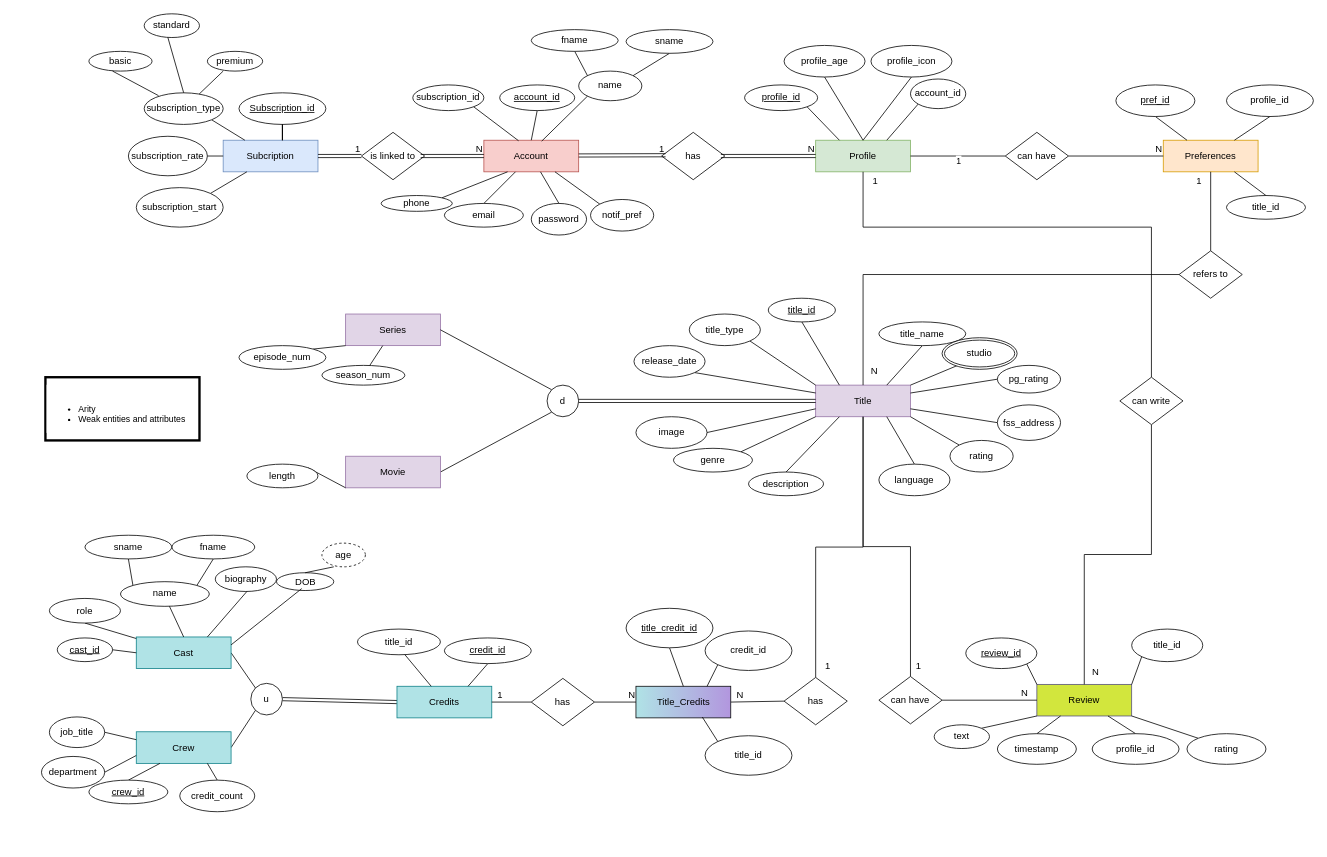
DJRamsay/COS221-Hoop keeps this draw.io diagram as (E)ER/EER.drawio. Above is the earlier version. Source tidied: cells renumbered, new cells numbered last; positions are measured from the earlier drawing's top-left corner, leaving out a move shared by most shapes. Both pictures are drawn from the tidied source at 79%, with x=0, y=0 at pixel (41, 13).
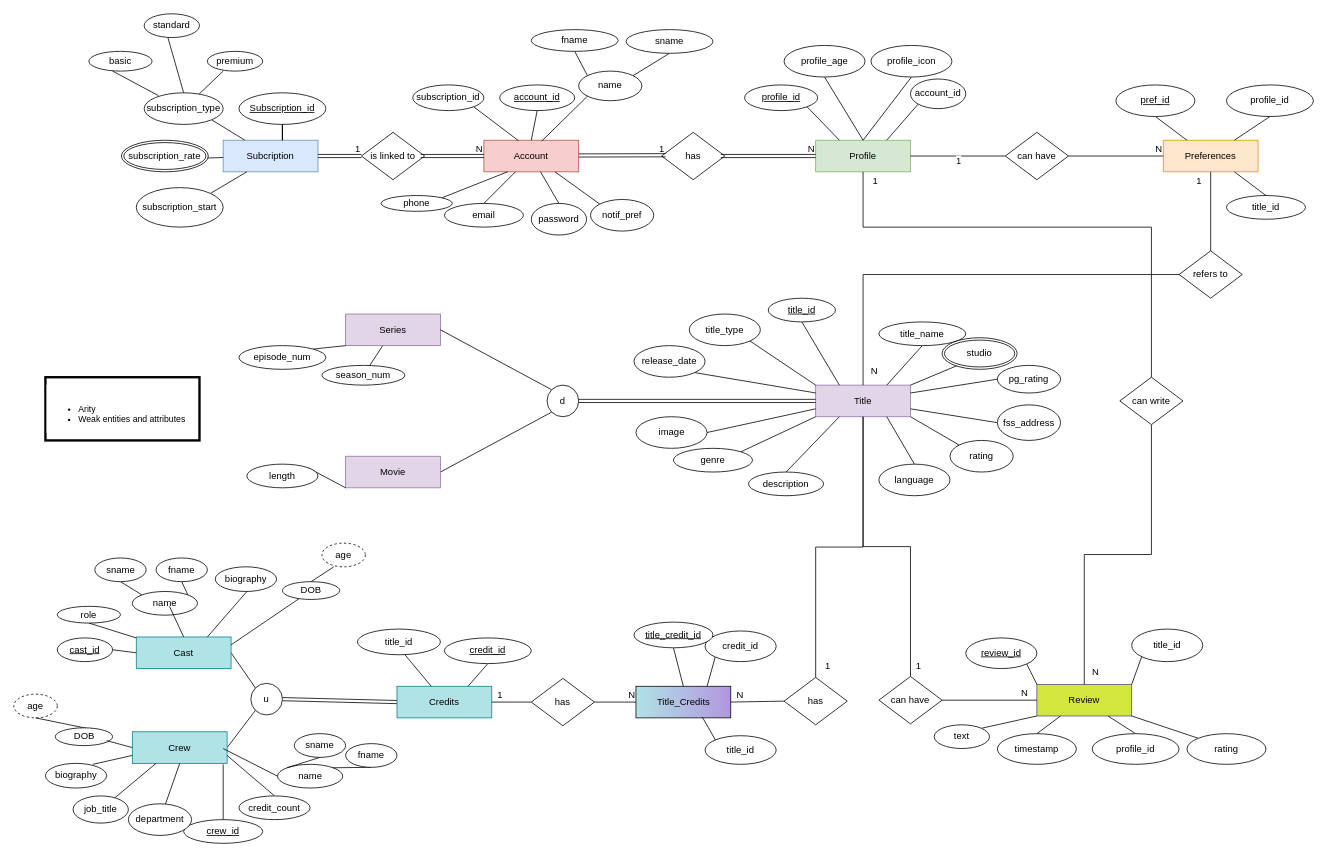
After the change.

Unchanged cells that the change refers to:
```xml
<mxCell id="2" value="Subcription" style="rounded=0;whiteSpace=wrap;html=1;fillColor=#dae8fc;strokeColor=#6c8ebf;" parent="1" vertex="1">
  <mxGeometry x="230" y="160" width="120" height="40" as="geometry" />
</mxCell>
<mxCell id="130" value="Cast" style="whiteSpace=wrap;html=1;fillColor=#b0e3e6;strokeColor=#0e8088;" parent="1" vertex="1">
  <mxGeometry x="120" y="788.8" width="120" height="40" as="geometry" />
</mxCell>
```

Diff of the diagram source:
```diff
@@
-    <mxCell id="108" style="edgeStyle=none;rounded=0;jettySize=auto;html=1;strokeColor=default;align=center;verticalAlign=middle;fontFamily=Helvetica;fontSize=11;fontColor=default;labelBackgroundColor=default;endArrow=none;endFill=0;" parent="1" edge="1" source="109" target="2">
-      <mxGeometry relative="1" as="geometry" />
+    <mxCell id="108" style="edgeStyle=none;rounded=0;jettySize=auto;html=1;strokeColor=default;align=center;verticalAlign=middle;fontFamily=Helvetica;fontSize=11;fontColor=default;labelBackgroundColor=default;endArrow=none;endFill=0;" parent="1" edge="1" target="2">
+      <mxGeometry relative="1" as="geometry">
+        <mxPoint x="210" y="182.5" as="sourcePoint" />
+      </mxGeometry>
     </mxCell>
-    <mxCell id="109" value="subscription_rate" style="ellipse;whiteSpace=wrap;html=1;" parent="1" vertex="1">
-      <mxGeometry x="110" y="155" width="100" height="50" as="geometry" />
-    </mxCell>
@@
     <mxCell id="132" value="Crew" style="whiteSpace=wrap;html=1;fillColor=#b0e3e6;strokeColor=#0e8088;" parent="1" vertex="1">
-      <mxGeometry x="120" y="908.8" width="120" height="40" as="geometry" />
+      <mxGeometry x="115" y="908.8" width="120" height="40" as="geometry" />
     </mxCell>
@@
     <mxCell id="134" value="role" style="ellipse;whiteSpace=wrap;html=1;" parent="1" vertex="1">
-      <mxGeometry x="10" y="740" width="90" height="31.2" as="geometry" />
+      <mxGeometry x="20" y="750" width="80" height="21.2" as="geometry" />
     </mxCell>
-    <mxCell id="135" style="edgeStyle=none;rounded=0;jettySize=auto;html=1;exitX=0.5;exitY=0;exitDx=0;exitDy=0;entryX=0.25;entryY=1;entryDx=0;entryDy=0;strokeColor=default;align=center;verticalAlign=middle;fontFamily=Helvetica;fontSize=11;fontColor=default;labelBackgroundColor=default;endArrow=none;endFill=0;" parent="1" edge="1" source="136" target="132">
-      <mxGeometry relative="1" as="geometry" />
+    <mxCell id="135" style="edgeStyle=none;rounded=0;jettySize=auto;html=1;exitX=0.5;exitY=0;exitDx=0;exitDy=0;strokeColor=default;align=center;verticalAlign=middle;fontFamily=Helvetica;fontSize=11;fontColor=default;labelBackgroundColor=default;endArrow=none;endFill=0;" parent="1" edge="1" source="136">
+      <mxGeometry relative="1" as="geometry">
+        <mxPoint x="230" y="950" as="targetPoint" />
+      </mxGeometry>
     </mxCell>
     <mxCell id="136" value="&lt;u&gt;crew_id&lt;/u&gt;" style="ellipse;whiteSpace=wrap;html=1;" parent="1" vertex="1">
-      <mxGeometry x="60" y="970" width="100" height="30" as="geometry" />
+      <mxGeometry x="180" y="1020" width="100" height="30" as="geometry" />
     </mxCell>
-    <mxCell id="137" style="edgeStyle=none;rounded=0;jettySize=auto;html=1;exitX=1;exitY=0.5;exitDx=0;exitDy=0;entryX=0;entryY=0.75;entryDx=0;entryDy=0;strokeColor=default;align=center;verticalAlign=middle;fontFamily=Helvetica;fontSize=11;fontColor=default;labelBackgroundColor=default;endArrow=none;endFill=0;" parent="1" edge="1" source="138" target="132">
+    <mxCell id="137" style="edgeStyle=none;rounded=0;jettySize=auto;html=1;entryX=0.5;entryY=1;entryDx=0;entryDy=0;strokeColor=default;align=center;verticalAlign=middle;fontFamily=Helvetica;fontSize=11;fontColor=default;labelBackgroundColor=default;endArrow=none;endFill=0;" parent="1" edge="1" source="138" target="132">
       <mxGeometry relative="1" as="geometry" />
     </mxCell>
     <mxCell id="138" value="department" style="ellipse;whiteSpace=wrap;html=1;" parent="1" vertex="1">
-      <mxGeometry y="940" width="80" height="40" as="geometry" />
+      <mxGeometry x="110" y="1000" width="80" height="40" as="geometry" />
     </mxCell>
-    <mxCell id="139" style="edgeStyle=none;rounded=0;jettySize=auto;html=1;exitX=1;exitY=0.5;exitDx=0;exitDy=0;entryX=0;entryY=0.25;entryDx=0;entryDy=0;strokeColor=default;align=center;verticalAlign=middle;fontFamily=Helvetica;fontSize=11;fontColor=default;labelBackgroundColor=default;endArrow=none;endFill=0;" parent="1" edge="1" source="140" target="132">
+    <mxCell id="139" style="edgeStyle=none;rounded=0;jettySize=auto;html=1;entryX=0.25;entryY=1;entryDx=0;entryDy=0;strokeColor=default;align=center;verticalAlign=middle;fontFamily=Helvetica;fontSize=11;fontColor=default;labelBackgroundColor=default;endArrow=none;endFill=0;" parent="1" edge="1" source="140" target="132">
       <mxGeometry relative="1" as="geometry" />
     </mxCell>
     <mxCell id="140" value="job_title" style="ellipse;whiteSpace=wrap;html=1;" parent="1" vertex="1">
-      <mxGeometry x="10" y="890" width="70" height="38.8" as="geometry" />
+      <mxGeometry x="40" y="990" width="70" height="34.4" as="geometry" />
     </mxCell>
-    <mxCell id="141" style="edgeStyle=none;rounded=0;jettySize=auto;html=1;exitX=0.5;exitY=0;exitDx=0;exitDy=0;entryX=0.75;entryY=1;entryDx=0;entryDy=0;strokeColor=default;align=center;verticalAlign=middle;fontFamily=Helvetica;fontSize=11;fontColor=default;labelBackgroundColor=default;endArrow=none;endFill=0;" parent="1" edge="1" source="142" target="132">
+    <mxCell id="141" style="edgeStyle=none;rounded=0;jettySize=auto;html=1;exitX=0.5;exitY=0;exitDx=0;exitDy=0;strokeColor=default;align=center;verticalAlign=middle;fontFamily=Helvetica;fontSize=11;fontColor=default;labelBackgroundColor=default;endArrow=none;endFill=0;entryX=1;entryY=0.75;entryDx=0;entryDy=0;" parent="1" edge="1" source="142" target="132">
       <mxGeometry relative="1" as="geometry" />
     </mxCell>
     <mxCell id="142" value="credit_count" style="ellipse;whiteSpace=wrap;html=1;" parent="1" vertex="1">
-      <mxGeometry x="175" y="970" width="95" height="40" as="geometry" />
+      <mxGeometry x="250" y="990" width="90" height="30" as="geometry" />
     </mxCell>
@@
     <mxCell id="148" value="credit_id" style="ellipse;whiteSpace=wrap;html=1;" parent="1" vertex="1">
-      <mxGeometry x="840" y="781.2" width="110" height="50" as="geometry" />
+      <mxGeometry x="840" y="781.2" width="90" height="38.8" as="geometry" />
     </mxCell>
@@
     <mxCell id="150" value="&lt;u&gt;title_credit_id&lt;/u&gt;" style="ellipse;whiteSpace=wrap;html=1;" parent="1" vertex="1">
-      <mxGeometry x="740" y="752.5" width="110" height="50" as="geometry" />
+      <mxGeometry x="750" y="770" width="100" height="32.5" as="geometry" />
     </mxCell>
     <mxCell id="151" value="title_id" style="ellipse;whiteSpace=wrap;html=1;" parent="1" vertex="1">
-      <mxGeometry x="840" y="913.8" width="110" height="50" as="geometry" />
+      <mxGeometry x="840" y="913.8" width="90" height="36.2" as="geometry" />
     </mxCell>
@@
     <mxCell id="173" value="name" style="ellipse;whiteSpace=wrap;html=1;" parent="1" vertex="1">
-      <mxGeometry x="100" y="718.8" width="112.5" height="31.2" as="geometry" />
+      <mxGeometry x="115" y="731.2" width="82.5" height="30" as="geometry" />
     </mxCell>
@@
     <mxCell id="175" value="fname" style="ellipse;whiteSpace=wrap;html=1;" parent="1" vertex="1">
-      <mxGeometry x="165" y="660" width="105" height="30" as="geometry" />
+      <mxGeometry x="145" y="688.8" width="65" height="30" as="geometry" />
     </mxCell>
@@
     <mxCell id="177" value="sname" style="ellipse;whiteSpace=wrap;html=1;" parent="1" vertex="1">
-      <mxGeometry x="55" y="660" width="110" height="30" as="geometry" />
+      <mxGeometry x="67.5" y="688.8" width="65" height="30" as="geometry" />
     </mxCell>
@@
-    <mxCell id="179" value="DOB" style="ellipse;whiteSpace=wrap;html=1;" parent="1" vertex="1">
-      <mxGeometry x="297.5" y="707.5" width="72.5" height="22.5" as="geometry" />
-    </mxCell>
@@
-    <mxCell id="183" style="edgeStyle=none;rounded=0;jettySize=auto;html=1;exitX=1;exitY=0.25;exitDx=0;exitDy=0;strokeColor=default;align=center;verticalAlign=middle;fontFamily=Helvetica;fontSize=11;fontColor=default;labelBackgroundColor=default;endArrow=none;endFill=0;" parent="1" edge="1" source="130">
+    <mxCell id="183" style="edgeStyle=none;rounded=0;jettySize=auto;html=1;exitX=1;exitY=0.25;exitDx=0;exitDy=0;strokeColor=default;align=center;verticalAlign=middle;fontFamily=Helvetica;fontSize=11;fontColor=default;labelBackgroundColor=default;endArrow=none;endFill=0;" parent="1" edge="1" source="179">
       <mxGeometry relative="1" as="geometry">
         <mxPoint x="329.5" y="727.5" as="targetPoint" />
       </mxGeometry>
     </mxCell>
@@
+    <mxCell id="187" style="edgeStyle=none;rounded=0;jettySize=auto;html=1;exitX=1;exitY=0.25;exitDx=0;exitDy=0;strokeColor=default;align=center;verticalAlign=middle;fontFamily=Helvetica;fontSize=11;fontColor=default;labelBackgroundColor=default;endArrow=none;endFill=0;" parent="1" edge="1" source="130" target="179">
+      <mxGeometry relative="1" as="geometry" />
+    </mxCell>
+    <mxCell id="179" value="DOB" style="ellipse;whiteSpace=wrap;html=1;" parent="1" vertex="1">
+      <mxGeometry x="305" y="718.8" width="72.5" height="22.5" as="geometry" />
+    </mxCell>
+    <mxCell id="188" value="biography" style="ellipse;whiteSpace=wrap;html=1;" parent="1" vertex="1">
+      <mxGeometry x="5" y="948.8" width="77.5" height="31.2" as="geometry" />
+    </mxCell>
+    <mxCell id="189" style="endArrow=none;html=1;rounded=0;entryX=0;entryY=0.75;entryDx=0;entryDy=0;" parent="1" edge="1" target="132">
+      <mxGeometry relative="1" as="geometry">
+        <mxPoint x="65" y="950" as="sourcePoint" />
+      </mxGeometry>
+    </mxCell>
+    <mxCell id="190" value="name" style="ellipse;whiteSpace=wrap;html=1;" parent="1" vertex="1">
+      <mxGeometry x="298.8" y="950" width="82.5" height="30" as="geometry" />
+    </mxCell>
+    <mxCell id="191" style="edgeStyle=none;rounded=0;jettySize=auto;html=1;exitX=0.5;exitY=1;exitDx=0;exitDy=0;entryX=1;entryY=0;entryDx=0;entryDy=0;strokeColor=default;align=center;verticalAlign=middle;fontFamily=Helvetica;fontSize=11;fontColor=default;labelBackgroundColor=default;endArrow=none;endFill=0;" parent="1" edge="1" source="192" target="190">
+      <mxGeometry relative="1" as="geometry" />
+    </mxCell>
+    <mxCell id="192" value="fname" style="ellipse;whiteSpace=wrap;html=1;" parent="1" vertex="1">
+      <mxGeometry x="385" y="923.8" width="65" height="30" as="geometry" />
+    </mxCell>
+    <mxCell id="193" style="edgeStyle=none;rounded=0;jettySize=auto;html=1;exitX=0.5;exitY=1;exitDx=0;exitDy=0;entryX=0;entryY=0;entryDx=0;entryDy=0;strokeColor=default;align=center;verticalAlign=middle;fontFamily=Helvetica;fontSize=11;fontColor=default;labelBackgroundColor=default;endArrow=none;endFill=0;" parent="1" edge="1" source="194" target="190">
+      <mxGeometry relative="1" as="geometry" />
+    </mxCell>
+    <mxCell id="194" value="sname" style="ellipse;whiteSpace=wrap;html=1;" parent="1" vertex="1">
+      <mxGeometry x="320" y="911.2" width="65" height="30" as="geometry" />
+    </mxCell>
+    <mxCell id="195" style="endArrow=none;html=1;rounded=0;entryX=0;entryY=0.5;entryDx=0;entryDy=0;" parent="1" edge="1" target="190">
+      <mxGeometry relative="1" as="geometry">
+        <mxPoint x="230" y="930" as="sourcePoint" />
+      </mxGeometry>
+    </mxCell>
+    <mxCell id="196" value="age" style="ellipse;whiteSpace=wrap;html=1;align=center;dashed=1;" parent="1" vertex="1">
+      <mxGeometry x="-35" y="861.2" width="55" height="30" as="geometry" />
+    </mxCell>
+    <mxCell id="197" style="edgeStyle=none;rounded=0;jettySize=auto;html=1;exitX=1;exitY=0.25;exitDx=0;exitDy=0;strokeColor=default;align=center;verticalAlign=middle;fontFamily=Helvetica;fontSize=11;fontColor=default;labelBackgroundColor=default;endArrow=none;endFill=0;entryX=0.5;entryY=1;entryDx=0;entryDy=0;" parent="1" edge="1" source="198" target="196">
+      <mxGeometry relative="1" as="geometry" />
+    </mxCell>
+    <mxCell id="198" value="DOB" style="ellipse;whiteSpace=wrap;html=1;" parent="1" vertex="1">
+      <mxGeometry x="17.5" y="903.8" width="72.5" height="22.5" as="geometry" />
+    </mxCell>
+    <mxCell id="199" style="endArrow=none;html=1;rounded=0;entryX=0;entryY=0.5;entryDx=0;entryDy=0;" parent="1" edge="1" target="132">
+      <mxGeometry relative="1" as="geometry">
+        <mxPoint x="82.5" y="920" as="sourcePoint" />
+      </mxGeometry>
+    </mxCell>
+    <mxCell id="109" value="subscription_rate" style="ellipse;shape=doubleEllipse;margin=3;whiteSpace=wrap;html=1;align=center;" parent="1" vertex="1">
+      <mxGeometry x="101.2" y="160" width="110" height="40" as="geometry" />
+    </mxCell>
```
